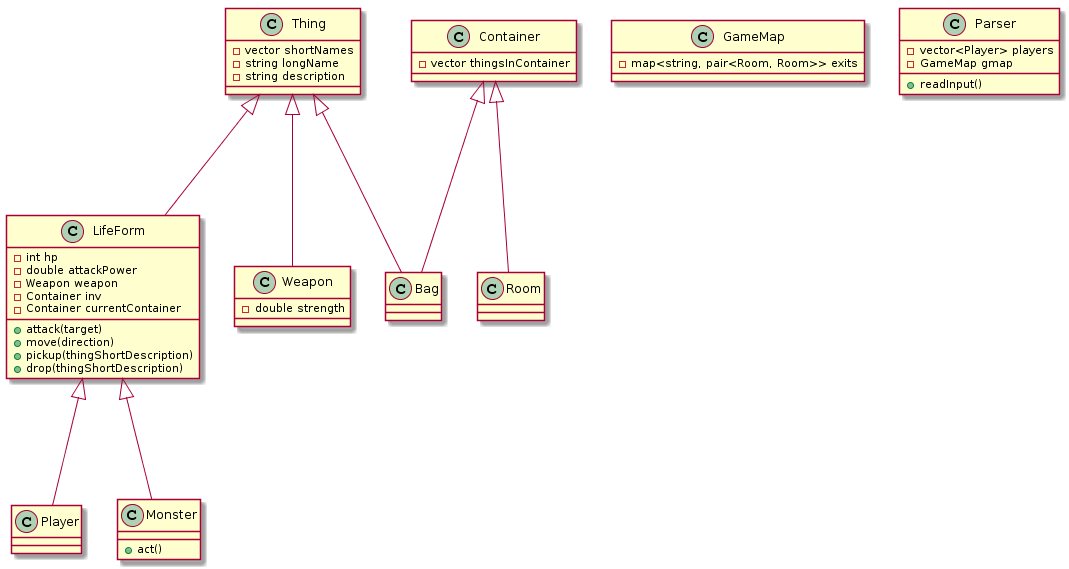
The PlantUML diagram images/game-uml-spring2017.png in joshuaeckroth/csci221-website, before a commit. The source it was exported from:
```plantuml
@startuml
class Thing {
 -vector shortNames
 -string longName
 -string description
}

LifeForm <|--- Player
class Player {
}

LifeForm <|--- Monster
class Monster {
 +act()
}

Thing <|--- Weapon
class Weapon {
 -double strength
}

Thing <|--- LifeForm
class LifeForm {
 -int hp
 -double attackPower
 -Weapon weapon
 -Container inv
 -Container currentContainer
 +attack(target)
 +move(direction)
 +pickup(thingShortDescription)
 +drop(thingShortDescription)
}

Thing <|--- Bag
Container <|--- Bag
class Bag {

}

class Container {
 -vector thingsInContainer
}

Container <|--- Room
class Room {
}

class GameMap {
 -map<string, pair<Room, Room>> exits
}

class Parser {
 -vector<Player> players
 -GameMap gmap
 +readInput()
}
@enduml
```
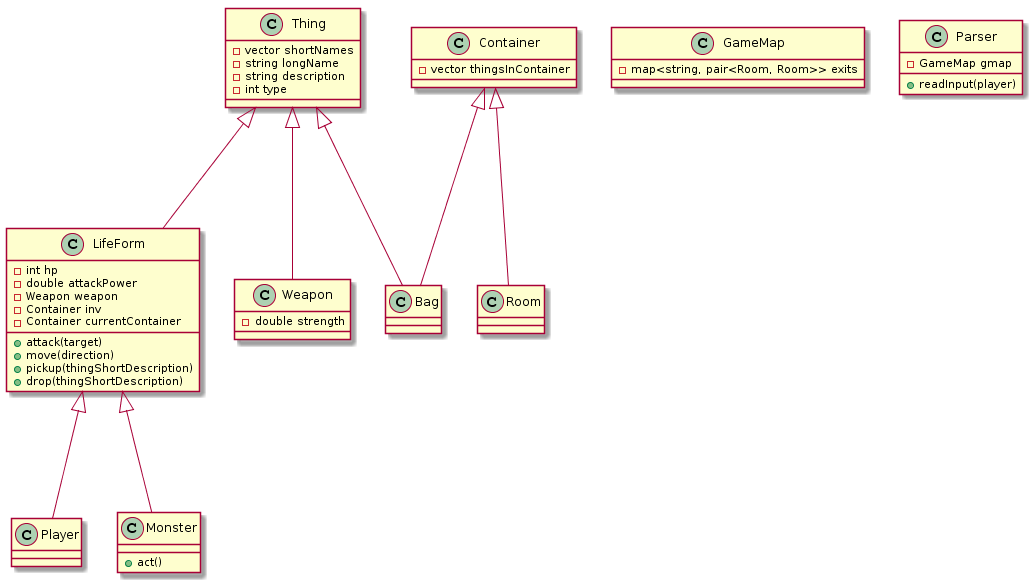
After the change.

The edit, as a diff of the source:
```diff
@@ -3,6 +3,7 @@
  -vector shortNames
  -string longName
  -string description
+ -int type
 }
 
 LifeForm <|--- Player
@@ -51,8 +52,7 @@
 }
 
 class Parser {
- -vector<Player> players
  -GameMap gmap
- +readInput()
+ +readInput(player)
 }
 @enduml
```
